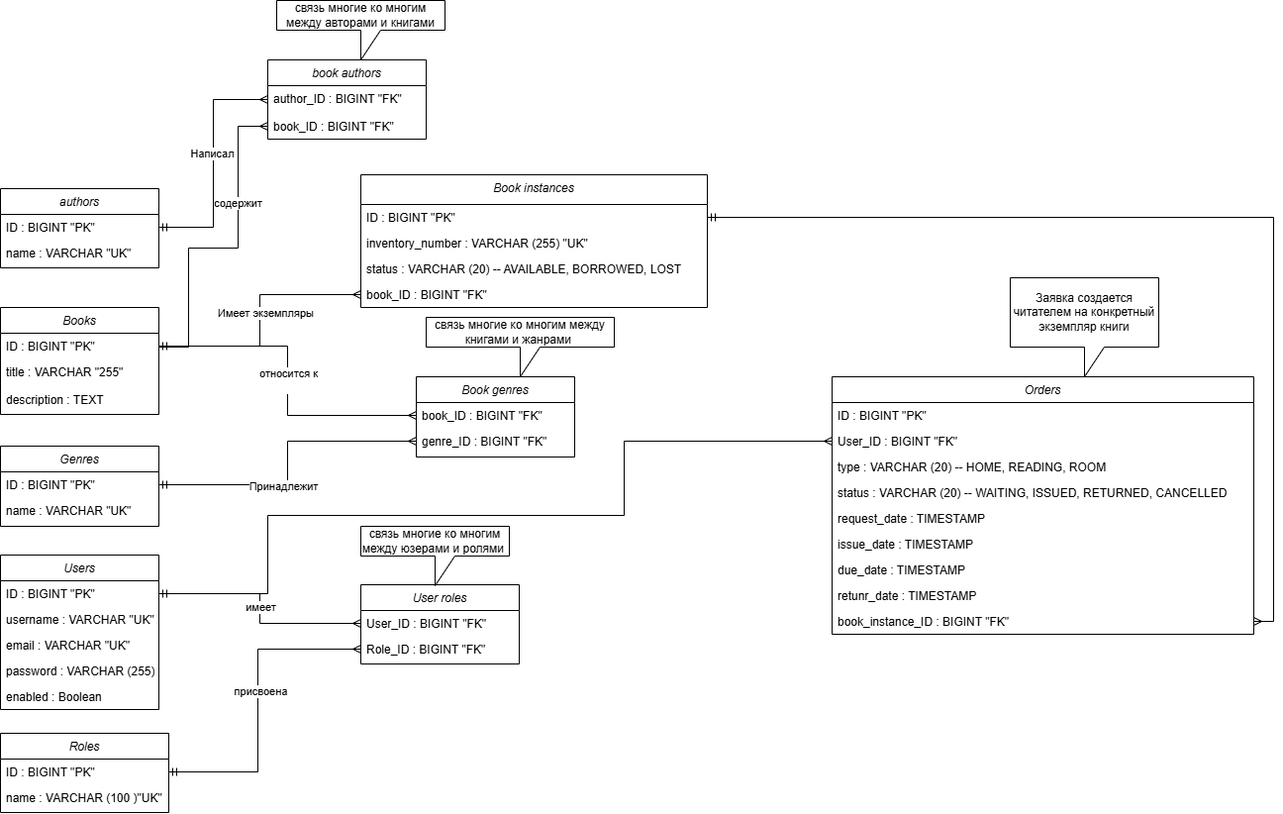
The draw.io diagram схема БД библиотека.png in meiram147/epam_project, before a commit. Source tidied: cells renumbered, new cells last; positions are measured from the earlier drawing's top-left corner, leaving out a move shared by most shapes.
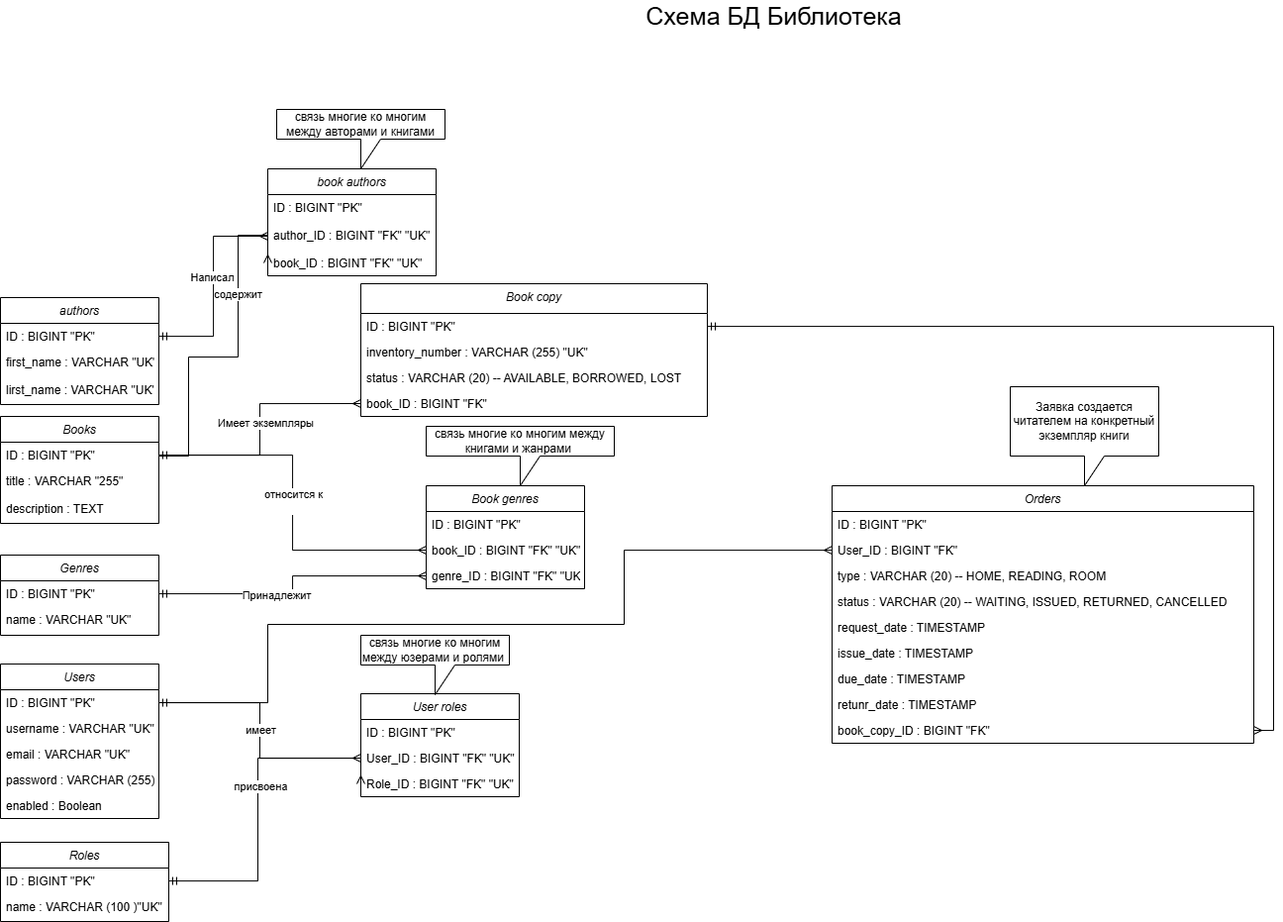
Later version of the same file.

What changed in the source:
```diff
@@ -12,13 +12,16 @@
       <mxGeometry y="52" width="160" height="26" as="geometry" />
     </mxCell>
     <mxCell id="5" value="Book genres" style="swimlane;fontStyle=2;align=center;verticalAlign=top;horizontal=1;startSize=26;rounded=0;shadow=0;strokeWidth=1;" parent="1" vertex="1">
-      <mxGeometry x="420" y="380" width="160" height="81" as="geometry" />
+      <mxGeometry x="430" y="380" width="160" height="104" as="geometry" />
     </mxCell>
+    <mxCell id="65" value="ID : BIGINT &quot;PK&quot;" style="text;align=left;verticalAlign=top;spacingLeft=4;spacingRight=4;overflow=hidden;" parent="5" vertex="1">
+      <mxGeometry y="26" width="160" height="26" as="geometry" />
+    </mxCell>
-    <mxCell id="6" value="book_ID : BIGINT &quot;FK&quot;" style="text;align=left;verticalAlign=top;spacingLeft=4;spacingRight=4;overflow=hidden;points=[[0,0.5],[1,0.5]];portConstraint=eastwest;" parent="5" vertex="1">
-      <mxGeometry y="26" width="160" height="26" as="geometry" />
+    <mxCell id="6" value="book_ID : BIGINT &quot;FK&quot; &quot;UK&quot;" style="text;align=left;verticalAlign=top;spacingLeft=4;spacingRight=4;overflow=hidden;points=[[0,0.5],[1,0.5]];portConstraint=eastwest;" parent="5" vertex="1">
+      <mxGeometry y="52" width="160" height="26" as="geometry" />
     </mxCell>
-    <mxCell id="7" value="genre_ID : BIGINT &quot;FK&quot;" style="text;align=left;verticalAlign=top;spacingLeft=4;spacingRight=4;overflow=hidden;points=[[0,0.5],[1,0.5]];portConstraint=eastwest;rounded=0;shadow=0;html=0;" parent="5" vertex="1">
-      <mxGeometry y="52" width="160" height="26" as="geometry" />
+    <mxCell id="7" value="genre_ID : BIGINT &quot;FK&quot; &quot;UK&quot;" style="text;align=left;verticalAlign=top;spacingLeft=4;spacingRight=4;overflow=hidden;points=[[0,0.5],[1,0.5]];portConstraint=eastwest;rounded=0;shadow=0;html=0;" parent="5" vertex="1">
+      <mxGeometry y="78" width="160" height="26" as="geometry" />
     </mxCell>
     <mxCell id="8" value="Books" style="swimlane;fontStyle=2;align=center;verticalAlign=top;horizontal=1;startSize=26;rounded=0;shadow=0;strokeWidth=1;" parent="1" vertex="1">
       <mxGeometry y="310" width="160" height="108" as="geometry" />
@@ -44,7 +47,7 @@
     <mxCell id="15" value="относится к&lt;div&gt;&lt;br&gt;&lt;/div&gt;" style="edgeLabel;html=1;align=center;verticalAlign=middle;" parent="14" vertex="1">
       <mxGeometry x="-0.01" relative="1" as="geometry" />
     </mxCell>
-    <mxCell id="16" value="Book instances" style="swimlane;fontStyle=2;align=center;verticalAlign=top;horizontal=1;startSize=30;rounded=0;shadow=0;strokeWidth=1;" parent="1" vertex="1">
+    <mxCell id="16" value="Book copy" style="swimlane;fontStyle=2;align=center;verticalAlign=top;horizontal=1;startSize=30;rounded=0;shadow=0;strokeWidth=1;" parent="1" vertex="1">
       <mxGeometry x="364" y="176" width="350" height="134" as="geometry" />
     </mxCell>
     <mxCell id="17" value="ID : BIGINT &quot;PK&quot;" style="text;align=left;verticalAlign=top;spacingLeft=4;spacingRight=4;overflow=hidden;points=[[0,0.5],[1,0.5]];portConstraint=eastwest;" parent="16" vertex="1">
@@ -68,22 +71,28 @@
       </mxGeometry>
     </mxCell>
     <mxCell id="23" value="authors" style="swimlane;fontStyle=2;align=center;verticalAlign=top;horizontal=1;startSize=26;rounded=0;shadow=0;strokeWidth=1;" parent="1" vertex="1">
-      <mxGeometry y="190" width="160" height="80" as="geometry" />
+      <mxGeometry y="190" width="160" height="108" as="geometry" />
     </mxCell>
     <mxCell id="24" value="ID : BIGINT &quot;PK&quot;" style="text;align=left;verticalAlign=top;spacingLeft=4;spacingRight=4;overflow=hidden;points=[[0,0.5],[1,0.5]];portConstraint=eastwest;" parent="23" vertex="1">
       <mxGeometry y="26" width="160" height="26" as="geometry" />
     </mxCell>
-    <mxCell id="25" value="name : VARCHAR &quot;UK&quot;" style="text;align=left;verticalAlign=top;spacingLeft=4;spacingRight=4;overflow=hidden;rounded=0;shadow=0;html=0;" parent="23" vertex="1">
+    <mxCell id="25" value="first_name : VARCHAR &quot;UK&quot;" style="text;align=left;verticalAlign=top;spacingLeft=4;spacingRight=4;overflow=hidden;rounded=0;shadow=0;html=0;" parent="23" vertex="1">
       <mxGeometry y="52" width="160" height="28" as="geometry" />
     </mxCell>
+    <mxCell id="66" value="lirst_name : VARCHAR &quot;UK&quot;" style="text;align=left;verticalAlign=top;spacingLeft=4;spacingRight=4;overflow=hidden;rounded=0;shadow=0;html=0;" parent="23" vertex="1">
+      <mxGeometry y="80" width="160" height="28" as="geometry" />
+    </mxCell>
     <mxCell id="26" value="book authors" style="swimlane;fontStyle=2;align=center;verticalAlign=top;horizontal=1;startSize=26;rounded=0;shadow=0;strokeWidth=1;" parent="1" vertex="1">
-      <mxGeometry x="270" y="60" width="160" height="80" as="geometry" />
+      <mxGeometry x="270" y="60" width="170" height="108" as="geometry" />
     </mxCell>
+    <mxCell id="67" value="ID : BIGINT &quot;PK&quot;" style="text;align=left;verticalAlign=top;spacingLeft=4;spacingRight=4;overflow=hidden;rounded=0;shadow=0;html=0;" parent="26" vertex="1">
+      <mxGeometry y="26" width="170" height="28" as="geometry" />
+    </mxCell>
-    <mxCell id="27" value="author_ID : BIGINT &quot;FK&quot;" style="text;align=left;verticalAlign=top;spacingLeft=4;spacingRight=4;overflow=hidden;points=[[0,0.5],[1,0.5]];portConstraint=eastwest;rounded=0;shadow=0;html=0;" parent="26" vertex="1">
-      <mxGeometry y="26" width="160" height="28" as="geometry" />
+    <mxCell id="27" value="author_ID : BIGINT &quot;FK&quot; &quot;UK&quot;" style="text;align=left;verticalAlign=top;spacingLeft=4;spacingRight=4;overflow=hidden;points=[[0,0.5],[1,0.5]];portConstraint=eastwest;rounded=0;shadow=0;html=0;" parent="26" vertex="1">
+      <mxGeometry y="54" width="170" height="28" as="geometry" />
     </mxCell>
-    <mxCell id="28" value="book_ID : BIGINT &quot;FK&quot;" style="text;align=left;verticalAlign=top;spacingLeft=4;spacingRight=4;overflow=hidden;points=[[0,0.5],[1,0.5]];portConstraint=eastwest;" parent="26" vertex="1">
-      <mxGeometry y="54" width="160" height="26" as="geometry" />
+    <mxCell id="28" value="book_ID : BIGINT &quot;FK&quot; &quot;UK&quot;" style="text;align=left;verticalAlign=top;spacingLeft=4;spacingRight=4;overflow=hidden;points=[[0,0.5],[1,0.5]];portConstraint=eastwest;" parent="26" vertex="1">
+      <mxGeometry y="82" width="170" height="26" as="geometry" />
     </mxCell>
     <mxCell id="29" style="edgeStyle=orthogonalEdgeStyle;rounded=0;jettySize=auto;html=1;entryX=0;entryY=0.5;entryDx=0;entryDy=0;endArrow=ERmany;endFill=0;startArrow=ERmandOne;startFill=0;" parent="1" edge="1" source="24" target="27">
       <mxGeometry relative="1" as="geometry" />
@@ -132,13 +141,16 @@
       <mxGeometry y="52" width="170" height="26" as="geometry" />
     </mxCell>
     <mxCell id="42" value="User roles" style="swimlane;fontStyle=2;align=center;verticalAlign=top;horizontal=1;startSize=26;rounded=0;shadow=0;strokeWidth=1;" parent="1" vertex="1">
-      <mxGeometry x="364" y="590" width="160" height="80" as="geometry" />
+      <mxGeometry x="364" y="590" width="160" height="104" as="geometry" />
     </mxCell>
+    <mxCell id="68" value="ID : BIGINT &quot;PK&quot;" style="text;align=left;verticalAlign=top;spacingLeft=4;spacingRight=4;overflow=hidden;" parent="42" vertex="1">
+      <mxGeometry y="26" width="160" height="26" as="geometry" />
+    </mxCell>
-    <mxCell id="43" value="User_ID : BIGINT &quot;FK&quot;" style="text;align=left;verticalAlign=top;spacingLeft=4;spacingRight=4;overflow=hidden;points=[[0,0.5],[1,0.5]];portConstraint=eastwest;" parent="42" vertex="1">
-      <mxGeometry y="26" width="160" height="26" as="geometry" />
+    <mxCell id="43" value="User_ID : BIGINT &quot;FK&quot; &quot;UK&quot;" style="text;align=left;verticalAlign=top;spacingLeft=4;spacingRight=4;overflow=hidden;points=[[0,0.5],[1,0.5]];portConstraint=eastwest;" parent="42" vertex="1">
+      <mxGeometry y="52" width="160" height="26" as="geometry" />
     </mxCell>
-    <mxCell id="44" value="Role_ID : BIGINT &quot;FK&quot;" style="text;align=left;verticalAlign=top;spacingLeft=4;spacingRight=4;overflow=hidden;points=[[0,0.5],[1,0.5]];portConstraint=eastwest;rounded=0;shadow=0;html=0;" parent="42" vertex="1">
-      <mxGeometry y="52" width="160" height="26" as="geometry" />
+    <mxCell id="44" value="Role_ID : BIGINT &quot;FK&quot; &quot;UK&quot;" style="text;align=left;verticalAlign=top;spacingLeft=4;spacingRight=4;overflow=hidden;points=[[0,0.5],[1,0.5]];portConstraint=eastwest;rounded=0;shadow=0;html=0;" parent="42" vertex="1">
+      <mxGeometry y="78" width="160" height="26" as="geometry" />
     </mxCell>
     <mxCell id="45" style="edgeStyle=orthogonalEdgeStyle;rounded=0;jettySize=auto;html=1;entryX=0;entryY=0.5;entryDx=0;entryDy=0;endArrow=ERmany;endFill=0;startArrow=ERmandOne;startFill=0;" parent="1" edge="1" source="34" target="43">
       <mxGeometry relative="1" as="geometry" />
@@ -184,7 +196,7 @@
     <mxCell id="57" value="retunr_date : TIMESTAMP" style="text;align=left;verticalAlign=top;spacingLeft=4;spacingRight=4;overflow=hidden;" parent="49" vertex="1">
       <mxGeometry y="208" width="426" height="26" as="geometry" />
     </mxCell>
-    <mxCell id="58" value="book_instance_ID : BIGINT &quot;FK&quot;" style="text;align=left;verticalAlign=top;spacingLeft=4;spacingRight=4;overflow=hidden;points=[[0,0.5],[1,0.5]];portConstraint=eastwest;" parent="49" vertex="1">
+    <mxCell id="58" value="book_copy_ID : BIGINT &quot;FK&quot;" style="text;align=left;verticalAlign=top;spacingLeft=4;spacingRight=4;overflow=hidden;points=[[0,0.5],[1,0.5]];portConstraint=eastwest;" parent="49" vertex="1">
       <mxGeometry y="234" width="426" height="26" as="geometry" />
     </mxCell>
     <mxCell id="59" style="edgeStyle=orthogonalEdgeStyle;rounded=0;jettySize=auto;html=1;exitX=1;exitY=0.5;exitDx=0;exitDy=0;endArrow=ERmany;endFill=0;" parent="1" edge="1" source="34" target="51">
@@ -212,5 +224,8 @@
     <mxCell id="64" value="связь многие ко многим между авторами и книгами" style="shape=callout;whiteSpace=wrap;html=1;perimeter=calloutPerimeter;" parent="1" vertex="1">
       <mxGeometry x="279" width="170" height="60" as="geometry" />
     </mxCell>
+    <mxCell id="69" value="Схема БД Библиотека&amp;nbsp;" style="text;html=1;whiteSpace=wrap;strokeColor=none;fillColor=none;align=center;verticalAlign=middle;rounded=0;fontSize=25;" parent="1" vertex="1">
+      <mxGeometry x="600" y="-110" width="370" height="30" as="geometry" />
+    </mxCell>
   </root>
 </mxGraphModel>
```
